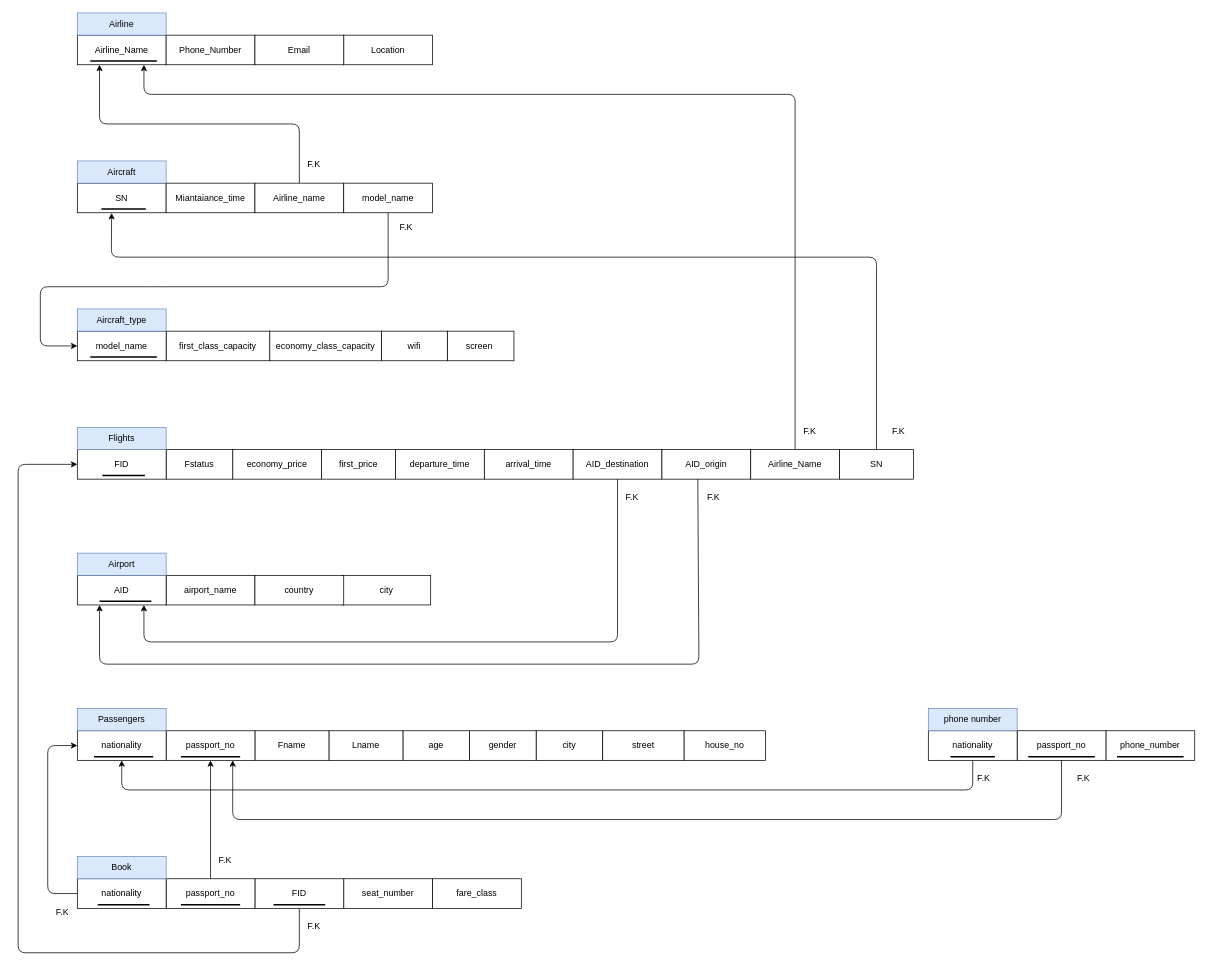
Before: page "Relational-shcema" (2 of 8) of Airport-DBMS.drawio in AbdullahKhkmba/Airport-DBMS, a draw.io diagram. Source tidied: cells renumbered, new cells numbered last; positions are measured from the earlier drawing's top-left corner, leaving out a move shared by most shapes. Both pictures are drawn from the tidied source at 74%, with x=0, y=0 at pixel (18, 13).
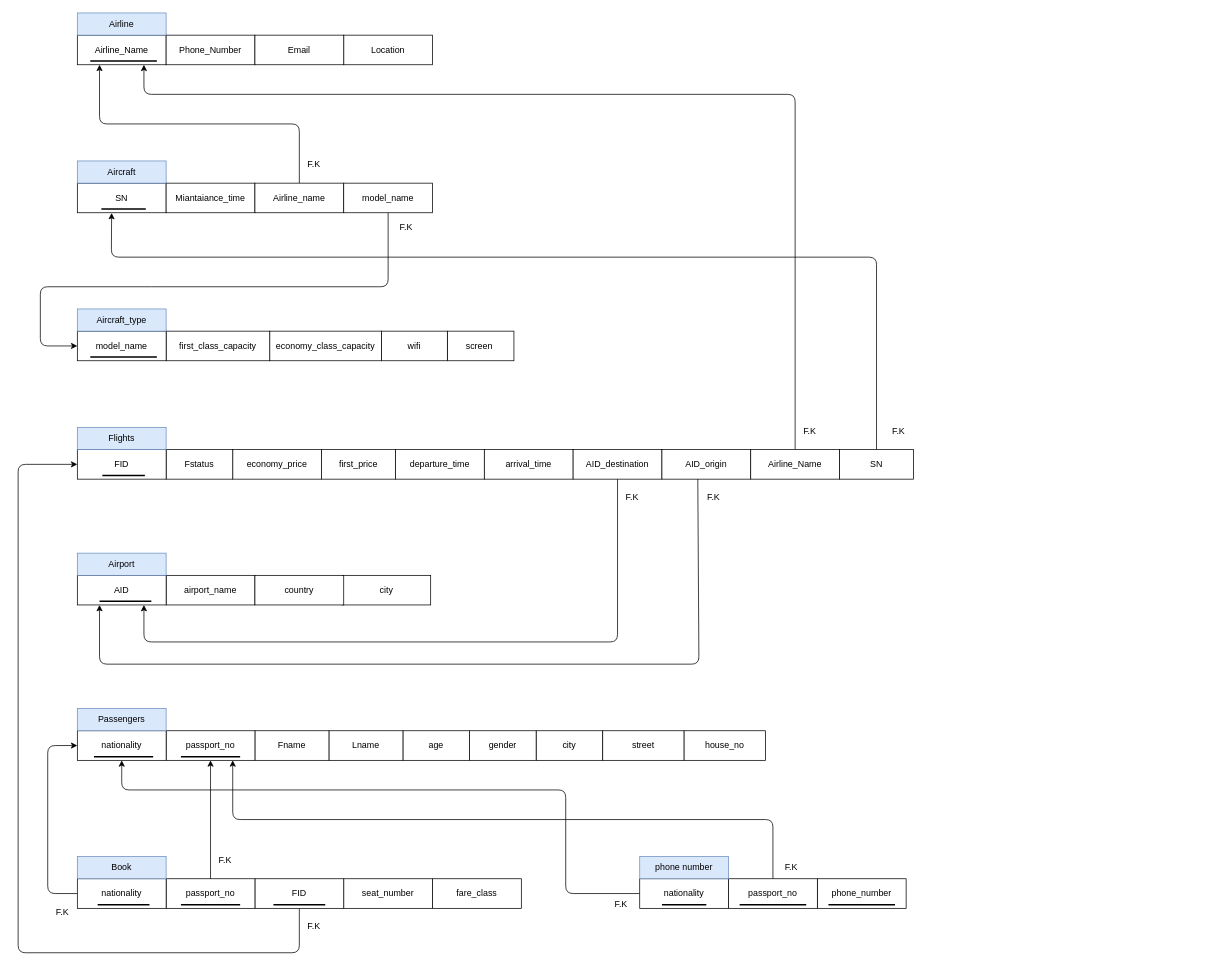
The same diagram, later.

The change refers to these unchanged cells:
```xml
<mxCell id="32" value="passport_no" style="rounded=0;whiteSpace=wrap;html=1;" parent="1" vertex="1">
  <mxGeometry x="200" y="970" width="120" height="40" as="geometry" />
</mxCell>
<mxCell id="33" value="nationality" style="rounded=0;whiteSpace=wrap;html=1;" parent="1" vertex="1">
  <mxGeometry x="80" y="970" width="120" height="40" as="geometry" />
</mxCell>
```

Diff of the diagram source:
```diff
@@
     <mxCell id="38" value="phone_number" style="rounded=0;whiteSpace=wrap;html=1;" parent="1" vertex="1">
-      <mxGeometry x="1470" y="970" width="120" height="40" as="geometry" />
+      <mxGeometry x="1080" y="1170" width="120" height="40" as="geometry" />
     </mxCell>
     <mxCell id="39" value="passport_no" style="rounded=0;whiteSpace=wrap;html=1;" parent="1" vertex="1">
-      <mxGeometry x="1350" y="970" width="120" height="40" as="geometry" />
+      <mxGeometry x="960" y="1170" width="120" height="40" as="geometry" />
     </mxCell>
-    <mxCell id="40" style="edgeStyle=none;html=1;exitX=0.5;exitY=1;exitDx=0;exitDy=0;entryX=0.5;entryY=1;entryDx=0;entryDy=0;" parent="1" edge="1" source="41" target="33">
+    <mxCell id="40" style="edgeStyle=none;html=1;exitX=0;exitY=0.5;exitDx=0;exitDy=0;entryX=0.5;entryY=1;entryDx=0;entryDy=0;" parent="1" edge="1" source="41" target="33">
       <mxGeometry relative="1" as="geometry">
         <Array as="points">
-          <mxPoint x="1290" y="1050" />
+          <mxPoint x="740" y="1190" />
+          <mxPoint x="740" y="1050" />
           <mxPoint x="140" y="1050" />
           <mxPoint x="140" y="1030" />
         </Array>
       </mxGeometry>
     </mxCell>
     <mxCell id="41" value="nationality" style="rounded=0;whiteSpace=wrap;html=1;" parent="1" vertex="1">
-      <mxGeometry x="1230" y="970" width="120" height="40" as="geometry" />
+      <mxGeometry x="840" y="1170" width="120" height="40" as="geometry" />
     </mxCell>
     <mxCell id="42" style="line;strokeWidth=2;html=1;" parent="1" vertex="1">
-      <mxGeometry x="1485" y="1000" width="90" height="10" as="geometry" />
+      <mxGeometry x="1095" y="1200" width="90" height="10" as="geometry" />
     </mxCell>
     <mxCell id="43" style="line;strokeWidth=2;html=1;" parent="1" vertex="1">
-      <mxGeometry x="1365" y="1000" width="90" height="10" as="geometry" />
+      <mxGeometry x="975" y="1200" width="90" height="10" as="geometry" />
     </mxCell>
     <mxCell id="44" style="line;strokeWidth=2;html=1;" parent="1" vertex="1">
-      <mxGeometry x="1260" y="1000" width="60" height="10" as="geometry" />
+      <mxGeometry x="870" y="1200" width="60" height="10" as="geometry" />
     </mxCell>
     <mxCell id="45" value="F.K" style="text;html=1;strokeColor=none;fillColor=none;align=center;verticalAlign=middle;whiteSpace=wrap;rounded=0;" parent="1" vertex="1">
-      <mxGeometry x="1290" y="1020" width="30" height="30" as="geometry" />
+      <mxGeometry x="800" y="1190" width="30" height="30" as="geometry" />
     </mxCell>
@@
     <mxCell id="86" value="phone number" style="rounded=0;whiteSpace=wrap;html=1;fillColor=#dae8fc;strokeColor=#6c8ebf;" parent="1" vertex="1">
-      <mxGeometry x="1230" y="940" width="120" height="30" as="geometry" />
+      <mxGeometry x="840" y="1140" width="120" height="30" as="geometry" />
     </mxCell>
-    <mxCell id="87" style="endArrow=classic;html=1;rounded=1;exitX=0.5;exitY=1;exitDx=0;exitDy=0;entryX=0.75;entryY=1;entryDx=0;entryDy=0;curved=0;" parent="1" edge="1" source="39" target="32">
+    <mxCell id="87" style="endArrow=classic;html=1;rounded=1;exitX=0.5;exitY=0;exitDx=0;exitDy=0;entryX=0.75;entryY=1;entryDx=0;entryDy=0;curved=0;" parent="1" edge="1" source="39" target="32">
       <mxGeometry relative="1" as="geometry">
         <Array as="points">
-          <mxPoint x="1410" y="1090" />
+          <mxPoint x="1020" y="1090" />
           <mxPoint x="290" y="1090" />
         </Array>
       </mxGeometry>
     </mxCell>
     <mxCell id="88" value="F.K" style="text;html=1;strokeColor=none;fillColor=none;align=center;verticalAlign=middle;whiteSpace=wrap;rounded=0;" parent="1" vertex="1">
-      <mxGeometry x="1410" y="1020" width="60" height="30" as="geometry" />
+      <mxGeometry x="1015" y="1140" width="60" height="30" as="geometry" />
     </mxCell>
```
